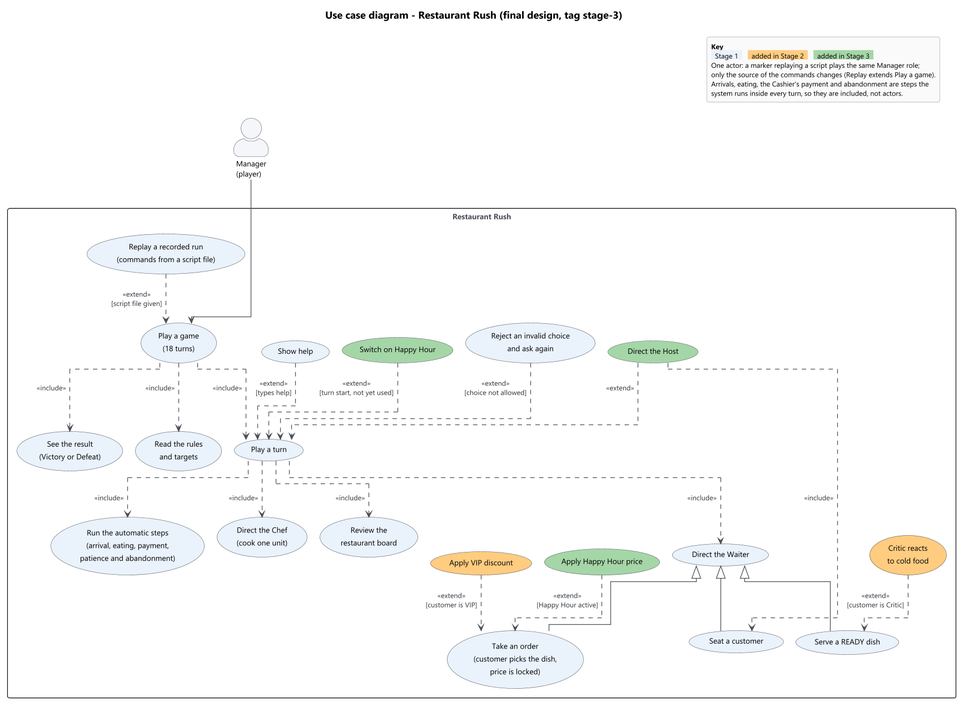
This is docs/diagrams/usecase.png from SleepyBryan01/SC2002_OOP_Restaurant_Rush, a PlantUML export, as it was before one commit.
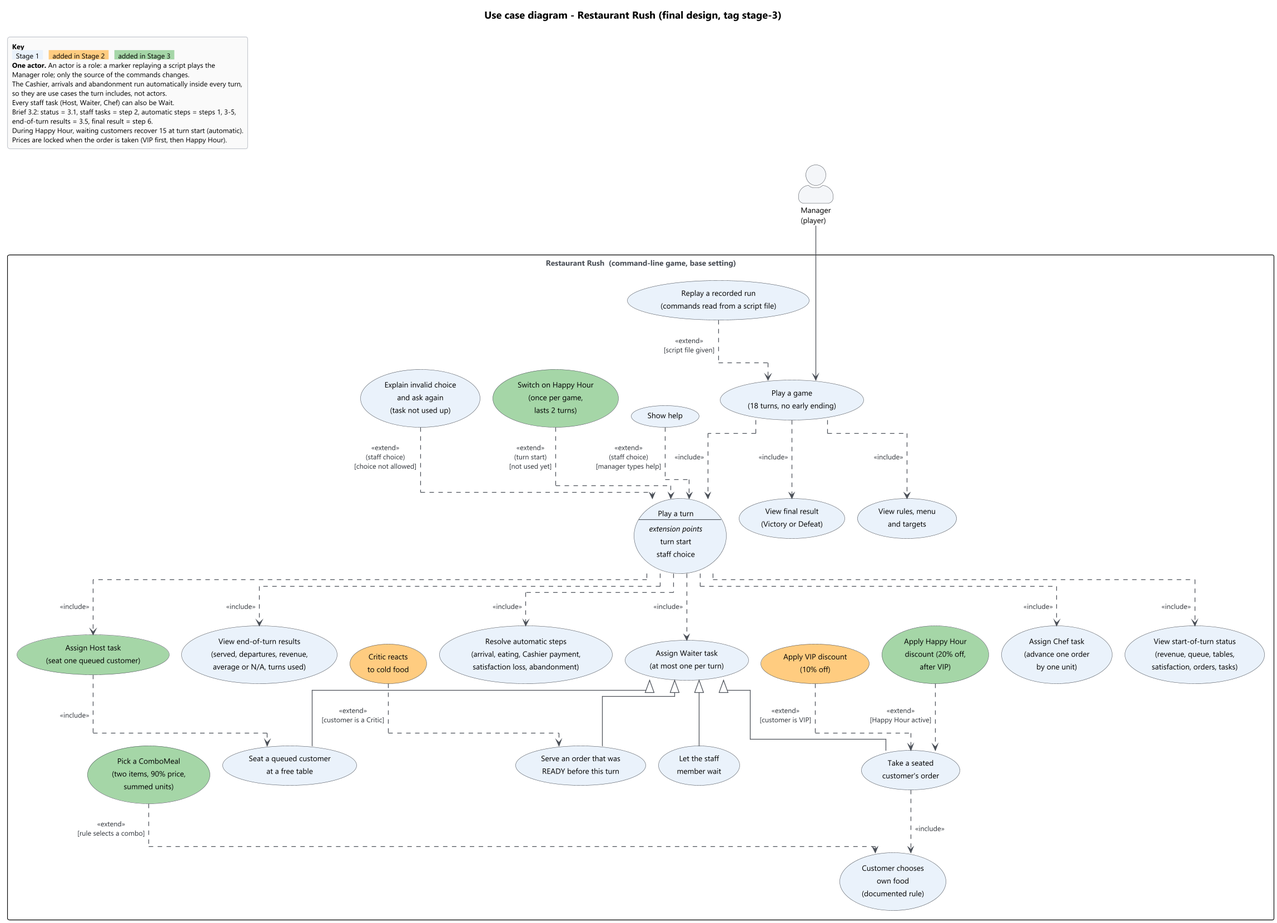
The same file after the commit.

Commit message:
Docs: align use case diagram with the assignment brief

Diff of the diagram source:
```diff
@@ -1,68 +1,78 @@
 @startuml usecase
 !include style.iuml
 skinparam actorStyle awesome
+skinparam usecaseFontSize 12
 title Use case diagram - Restaurant Rush (final design, tag stage-3)
 left to right direction
 
 actor "Manager\n(player)" as Manager
 
-rectangle "Restaurant Rush" {
-  usecase "Play a game\n(18 turns)" as UC_Game
-  usecase "Replay a recorded run\n(commands from a script file)" as UC_Replay
-  usecase "Read the rules\nand targets" as UC_Rules
-  usecase "See the result\n(Victory or Defeat)" as UC_Result
-
-  usecase "Play a turn" as UC_Turn
-  usecase "Review the\nrestaurant board" as UC_Board
-  usecase "Run the automatic steps\n(arrival, eating, payment,\npatience and abandonment)" as UC_Auto
+rectangle "Restaurant Rush  (command-line game, base setting)" {
+  usecase "Replay a recorded run\n(commands read from a script file)" as UC_Replay
+  usecase "Play a game\n(18 turns, no early ending)" as UC_Game
+  usecase "View rules, menu\nand targets" as UC_Rules
+  usecase "View final result\n(Victory or Defeat)" as UC_Result
+  usecase "Switch on Happy Hour\n(once per game,\nlasts 2 turns)" as UC_Happy STAGE3
   usecase "Show help" as UC_Help
-  usecase "Reject an invalid choice\nand ask again" as UC_Reject
-
-  usecase "Direct the Waiter" as UC_Waiter
-  usecase "Seat a customer" as UC_Seat
-  usecase "Take an order\n(customer picks the dish,\nprice is locked)" as UC_Order
-  usecase "Serve a READY dish" as UC_Serve
-  usecase "Direct the Chef\n(cook one unit)" as UC_Chef
-
-  usecase "Apply VIP discount" as UC_VIP STAGE2
+  usecase "Explain invalid choice\nand ask again\n(task not used up)" as UC_Reject
+  usecase UC_Turn as "Play a turn
+  --
+  <i>extension points</i>
+  turn start
+  staff choice"
+  usecase "View start-of-turn status\n(revenue, queue, tables,\nsatisfaction, orders, tasks)" as UC_Status
+  usecase "Assign Host task\n(seat one queued customer)" as UC_Host STAGE3
+  usecase "Assign Waiter task\n(at most one per turn)" as UC_Waiter
+  usecase "Assign Chef task\n(advance one order\nby one unit)" as UC_Chef
+  usecase "Resolve automatic steps\n(arrival, eating, Cashier payment,\nsatisfaction loss, abandonment)" as UC_Auto
+  usecase "View end-of-turn results\n(served, departures, revenue,\naverage or N/A, turns used)" as UC_End
+  usecase "Seat a queued customer\nat a free table" as UC_Seat
+  usecase "Take a seated\ncustomer's order" as UC_Order
+  usecase "Serve an order that was\nREADY before this turn" as UC_Serve
+  usecase "Let the staff\nmember wait" as UC_Wait
+  usecase "Customer chooses\nown food\n(documented rule)" as UC_Choose
+  usecase "Pick a ComboMeal\n(two items, 90% price,\nsummed units)" as UC_Combo STAGE3
+  usecase "Apply VIP discount\n(10% off)" as UC_VIP STAGE2
+  usecase "Apply Happy Hour\ndiscount (20% off,\nafter VIP)" as UC_HappyPrice STAGE3
   usecase "Critic reacts\nto cold food" as UC_Critic STAGE2
-
-  usecase "Direct the Host" as UC_Host STAGE3
-  usecase "Switch on Happy Hour" as UC_Happy STAGE3
-  usecase "Apply Happy Hour price" as UC_HappyPrice STAGE3
 }
 
 Manager --> UC_Game
-
+UC_Replay ..> UC_Game : <<extend>>\n[script file given]
 UC_Game ..> UC_Rules : <<include>>
 UC_Game ..> UC_Turn : <<include>>
 UC_Game ..> UC_Result : <<include>>
-UC_Replay ..> UC_Game : <<extend>>\n[script file given]
-
-UC_Turn ..> UC_Board : <<include>>
+UC_Happy ..> UC_Turn : <<extend>>\n(turn start)\n[not used yet]
+UC_Help ..> UC_Turn : <<extend>>\n(staff choice)\n[manager types help]
+UC_Reject ..> UC_Turn : <<extend>>\n(staff choice)\n[choice not allowed]
+UC_Turn ..> UC_Status : <<include>>
+UC_Turn ..> UC_Host : <<include>>
 UC_Turn ..> UC_Waiter : <<include>>
 UC_Turn ..> UC_Chef : <<include>>
 UC_Turn ..> UC_Auto : <<include>>
-UC_Host ..> UC_Turn : <<extend>>
-UC_Happy ..> UC_Turn : <<extend>>\n[turn start, not yet used]
-UC_Help ..> UC_Turn : <<extend>>\n[types help]
-UC_Reject ..> UC_Turn : <<extend>>\n[choice not allowed]
-
+UC_Turn ..> UC_End : <<include>>
+UC_Host ..> UC_Seat : <<include>>
 UC_Waiter <|-- UC_Seat
 UC_Waiter <|-- UC_Order
 UC_Waiter <|-- UC_Serve
-UC_Host ..> UC_Seat : <<include>>
-
+UC_Waiter <|-- UC_Wait
+UC_Order ..> UC_Choose : <<include>>
+UC_Combo ..> UC_Choose : <<extend>>\n[rule selects a combo]
 UC_VIP ..> UC_Order : <<extend>>\n[customer is VIP]
 UC_HappyPrice ..> UC_Order : <<extend>>\n[Happy Hour active]
-UC_Critic ..> UC_Serve : <<extend>>\n[customer is Critic]
+UC_Critic ..> UC_Serve : <<extend>>\n[customer is a Critic]
 
-legend top right
+legend top left
   <b>Key</b>
   <back:#EAF2FB>  Stage 1  </back>   <back:#FFCC80>  added in Stage 2  </back>   <back:#A5D6A7>  added in Stage 3  </back>
-  One actor: a marker replaying a script plays the same Manager role;
-  only the source of the commands changes (Replay extends Play a game).
-  Arrivals, eating, the Cashier's payment and abandonment are steps the
-  system runs inside every turn, so they are included, not actors.
+  <b>One actor.</b> An actor is a role: a marker replaying a script plays the
+  Manager role; only the source of the commands changes.
+  The Cashier, arrivals and abandonment run automatically inside every turn,
+  so they are use cases the turn includes, not actors.
+  Every staff task (Host, Waiter, Chef) can also be Wait.
+  Brief 3.2: status = 3.1, staff tasks = step 2, automatic steps = steps 1, 3-5,
+  end-of-turn results = 3.5, final result = step 6.
+  During Happy Hour, waiting customers recover 15 at turn start (automatic).
+  Prices are locked when the order is taken (VIP first, then Happy Hour).
 endlegend
 @enduml
```
